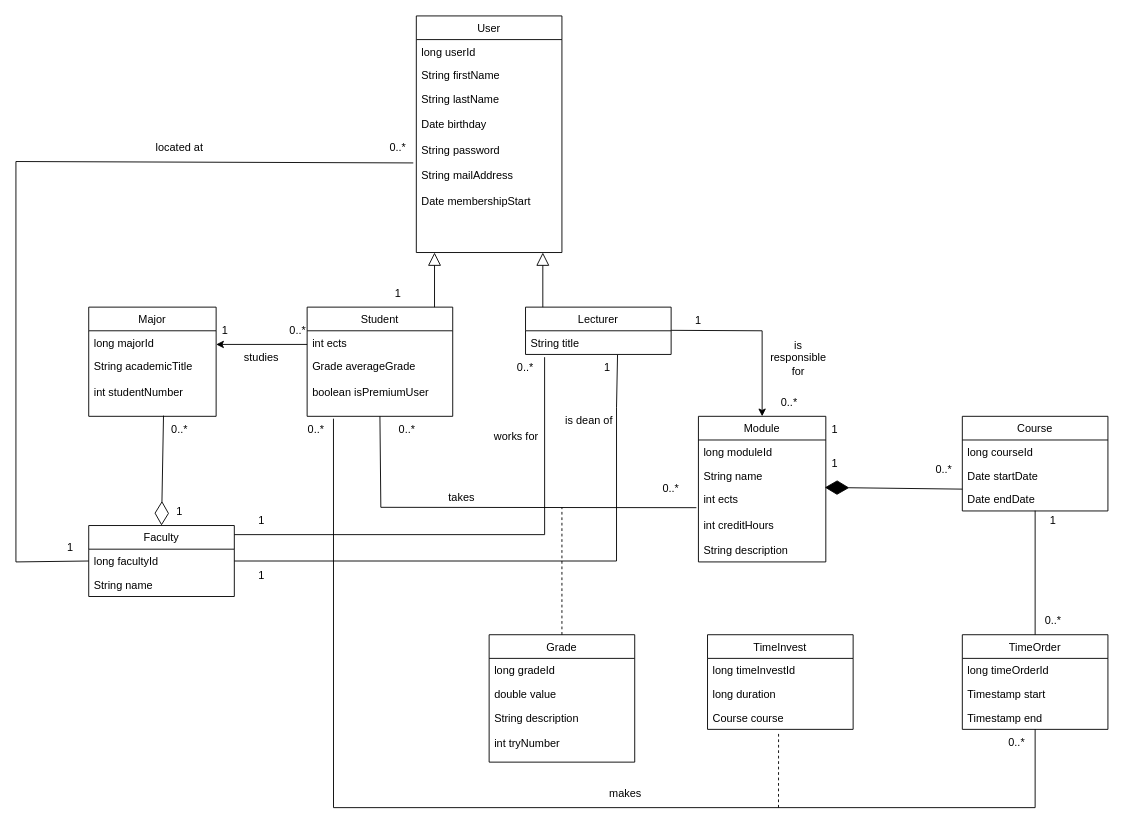
Earlier version of the draw.io diagram Diagrams/class.drawio (LeaRain/Studentrack). Source tidied: cells renumbered, new cells numbered last; positions are measured from the earlier drawing's top-left corner, leaving out a move shared by most shapes. Both pictures are drawn from the tidied source at 91%, with x=0, y=0 at pixel (15, 15).
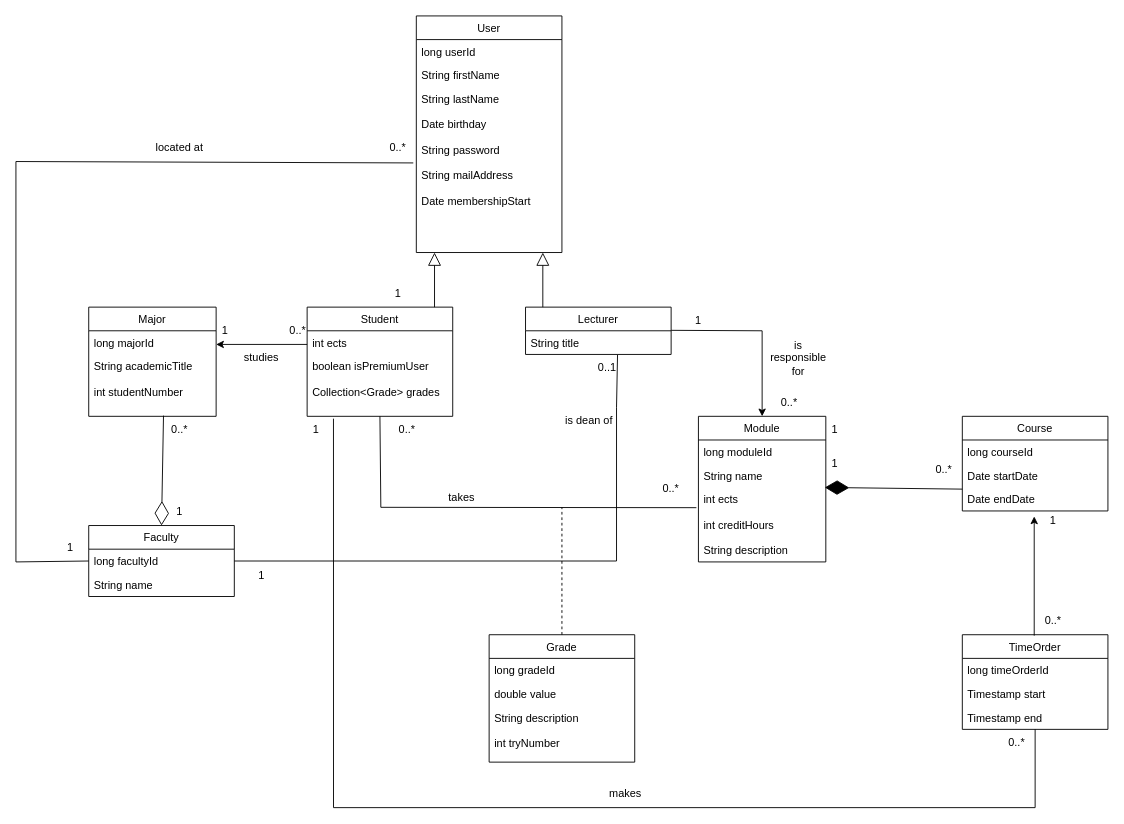
The same page after the edit.

Commit message:
Update class diagram to new entity schema

The change refers to these unchanged cells:
```xml
<mxCell id="8" value="Student" style="swimlane;fontStyle=0;horizontal=1;startSize=26;fillColor=none;" parent="1" vertex="1">
  <mxGeometry x="320" y="320" width="160" height="120" as="geometry" />
</mxCell>
<mxCell id="12" value="String title" style="text;strokeColor=none;fillColor=none;align=left;verticalAlign=top;spacingLeft=4;spacingRight=4;overflow=hidden;points=[[0,0.5],[1,0.5]];portConstraint=eastwest;" parent="11" vertex="1">
  <mxGeometry y="26" width="160" height="26" as="geometry" />
</mxCell>
<mxCell id="46" value="Date endDate" style="text;strokeColor=none;fillColor=none;align=left;verticalAlign=top;spacingLeft=4;spacingRight=4;overflow=hidden;points=[[0,0.5],[1,0.5]];portConstraint=eastwest;" parent="43" vertex="1">
  <mxGeometry y="78" width="160" height="26" as="geometry" />
</mxCell>
<mxCell id="56" value="TimeOrder" style="swimlane;fontStyle=0;horizontal=1;startSize=26;fillColor=none;" parent="1" vertex="1">
  <mxGeometry x="1040" y="680" width="160" height="104" as="geometry" />
</mxCell>
<mxCell id="62" value="0..*" style="text;html=1;strokeColor=none;fillColor=none;align=center;verticalAlign=middle;whiteSpace=wrap;rounded=0;" parent="1" vertex="1">
  <mxGeometry x="1110" y="650" width="60" height="30" as="geometry" />
</mxCell>
```

Change to the diagram source:
```diff
@@
-    <mxCell id="10" value="Grade averageGrade&#10;&#10;boolean isPremiumUser" style="text;strokeColor=none;fillColor=none;align=left;verticalAlign=top;spacingLeft=4;spacingRight=4;overflow=hidden;points=[[0,0.5],[1,0.5]];portConstraint=eastwest;" parent="8" vertex="1">
+    <mxCell id="10" value="boolean isPremiumUser&#10;&#10;Collection&lt;Grade&gt; grades" style="text;strokeColor=none;fillColor=none;align=left;verticalAlign=top;spacingLeft=4;spacingRight=4;overflow=hidden;points=[[0,0.5],[1,0.5]];portConstraint=eastwest;" parent="8" vertex="1">
       <mxGeometry y="52" width="160" height="68" as="geometry" />
     </mxCell>
@@
-    <mxCell id="21" value="1" style="text;html=1;strokeColor=none;fillColor=none;align=center;verticalAlign=middle;whiteSpace=wrap;rounded=0;" parent="1" vertex="1">
+    <mxCell id="21" value="0..1" style="text;html=1;strokeColor=none;fillColor=none;align=center;verticalAlign=middle;whiteSpace=wrap;rounded=0;" parent="1" vertex="1">
       <mxGeometry x="620" y="372" width="60" height="30" as="geometry" />
     </mxCell>
@@
-    <mxCell id="60" style="endArrow=none;html=1;rounded=0;entryX=0.5;entryY=0.988;entryDx=0;entryDy=0;entryPerimeter=0;" parent="1" edge="1" source="56" target="46">
-      <mxGeometry relative="1" as="geometry" />
-    </mxCell>
@@
-    <mxCell id="66" value="0..*" style="text;html=1;strokeColor=none;fillColor=none;align=center;verticalAlign=middle;whiteSpace=wrap;rounded=0;" parent="1" vertex="1">
+    <mxCell id="66" value="1" style="text;html=1;strokeColor=none;fillColor=none;align=center;verticalAlign=middle;whiteSpace=wrap;rounded=0;" parent="1" vertex="1">
       <mxGeometry x="300" y="440" width="60" height="30" as="geometry" />
     </mxCell>
@@
-    <mxCell id="71" value="TimeInvest" style="swimlane;fontStyle=0;horizontal=1;startSize=26;fillColor=none;" parent="1" vertex="1">
-      <mxGeometry x="760" y="680" width="160" height="104" as="geometry" />
-    </mxCell>
-    <mxCell id="72" value="long timeInvestId" style="text;strokeColor=none;fillColor=none;align=left;verticalAlign=top;spacingLeft=4;spacingRight=4;overflow=hidden;" parent="71" vertex="1">
-      <mxGeometry y="26" width="160" height="26" as="geometry" />
-    </mxCell>
-    <mxCell id="73" value="long duration" style="text;strokeColor=none;fillColor=none;align=left;verticalAlign=top;spacingLeft=4;spacingRight=4;overflow=hidden;" parent="71" vertex="1">
-      <mxGeometry y="52" width="160" height="26" as="geometry" />
-    </mxCell>
-    <mxCell id="74" value="Course course" style="text;strokeColor=none;fillColor=none;align=left;verticalAlign=top;spacingLeft=4;spacingRight=4;overflow=hidden;points=[[0,0.5],[1,0.5]];portConstraint=eastwest;" parent="71" vertex="1">
-      <mxGeometry y="78" width="160" height="26" as="geometry" />
-    </mxCell>
-    <mxCell id="75" style="endArrow=none;dashed=1;html=1;rounded=0;entryX=0.488;entryY=1.115;entryDx=0;entryDy=0;entryPerimeter=0;" parent="71" edge="1" target="74">
-      <mxGeometry relative="1" as="geometry">
-        <mxPoint x="78" y="190" as="sourcePoint" />
-      </mxGeometry>
-    </mxCell>
-    <mxCell id="76" style="endArrow=none;html=1;rounded=0;entryX=0.131;entryY=1.115;entryDx=0;entryDy=0;entryPerimeter=0;" parent="1" edge="1" target="12">
-      <mxGeometry relative="1" as="geometry">
-        <mxPoint x="240" y="570" as="sourcePoint" />
-        <Array as="points">
-          <mxPoint x="581" y="570" />
-        </Array>
-      </mxGeometry>
-    </mxCell>
-    <mxCell id="77" value="0..*" style="text;html=1;strokeColor=none;fillColor=none;align=center;verticalAlign=middle;whiteSpace=wrap;rounded=0;" parent="1" vertex="1">
-      <mxGeometry x="530" y="372" width="60" height="30" as="geometry" />
-    </mxCell>
-    <mxCell id="78" value="1" style="text;html=1;strokeColor=none;fillColor=none;align=center;verticalAlign=middle;whiteSpace=wrap;rounded=0;" parent="1" vertex="1">
-      <mxGeometry x="240" y="540" width="60" height="30" as="geometry" />
-    </mxCell>
-    <mxCell id="79" value="works for" style="text;html=1;strokeColor=none;fillColor=none;align=center;verticalAlign=middle;whiteSpace=wrap;rounded=0;" parent="1" vertex="1">
-      <mxGeometry x="520" y="447" width="60" height="30" as="geometry" />
-    </mxCell>
+    <mxCell id="80" style="endArrow=classic;html=1;rounded=0;exitX=0.15;exitY=1.033;exitDx=0;exitDy=0;exitPerimeter=0;" parent="1" edge="1" source="62">
+      <mxGeometry relative="1" as="geometry">
+        <mxPoint x="1119" y="550" as="targetPoint" />
+      </mxGeometry>
+    </mxCell>
```
